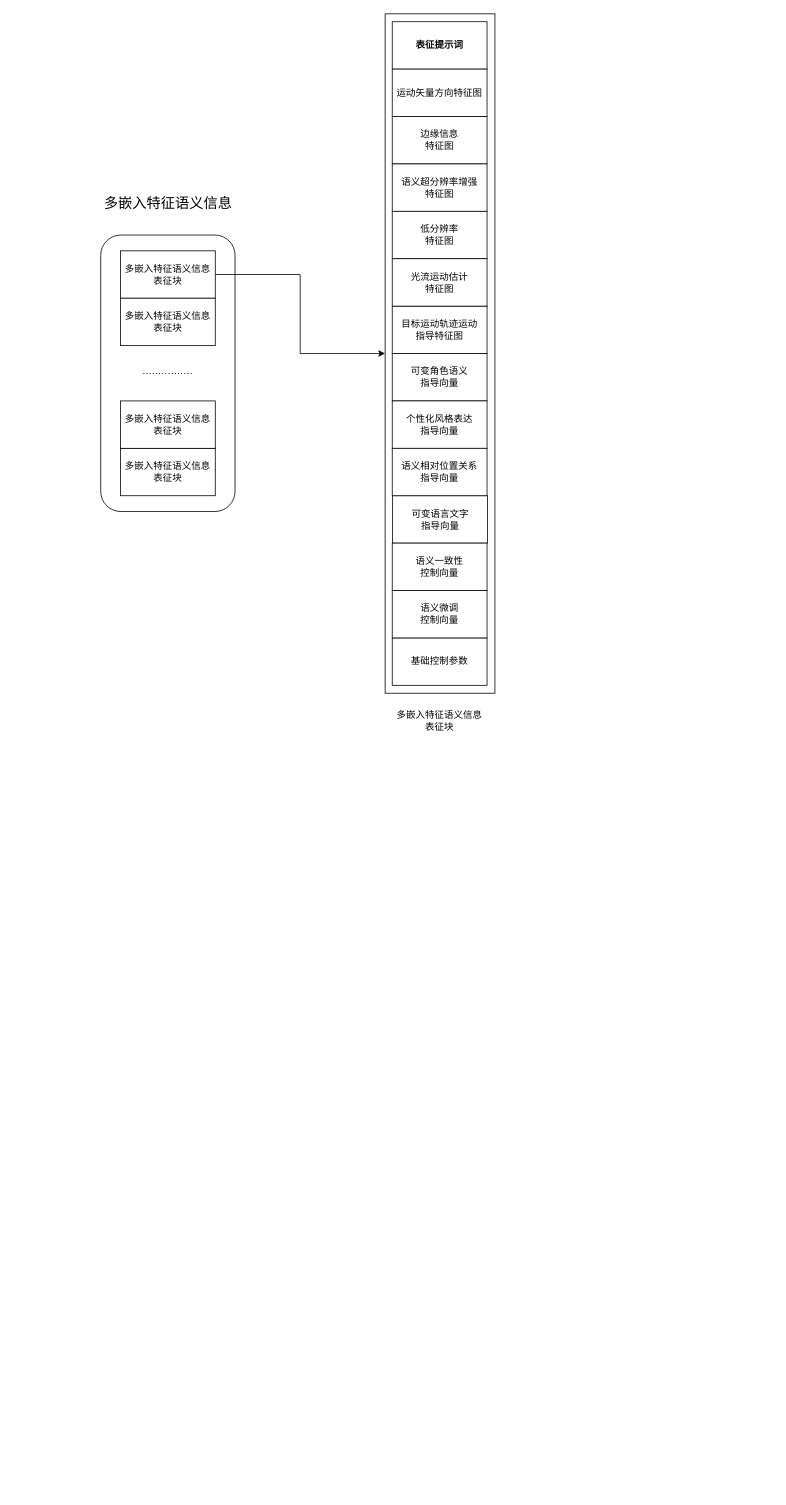
Above: 语义信息编码及码流压缩模块_视频.drawio in hrf666666/FlowCharts (draw.io), before the change. Source tidied: cells renumbered, new cells numbered last; positions are measured from the earlier drawing's top-left corner, leaving out a move shared by most shapes. Both pictures are drawn from the tidied source at 79%, with x=0, y=0 at pixel (92, 13).
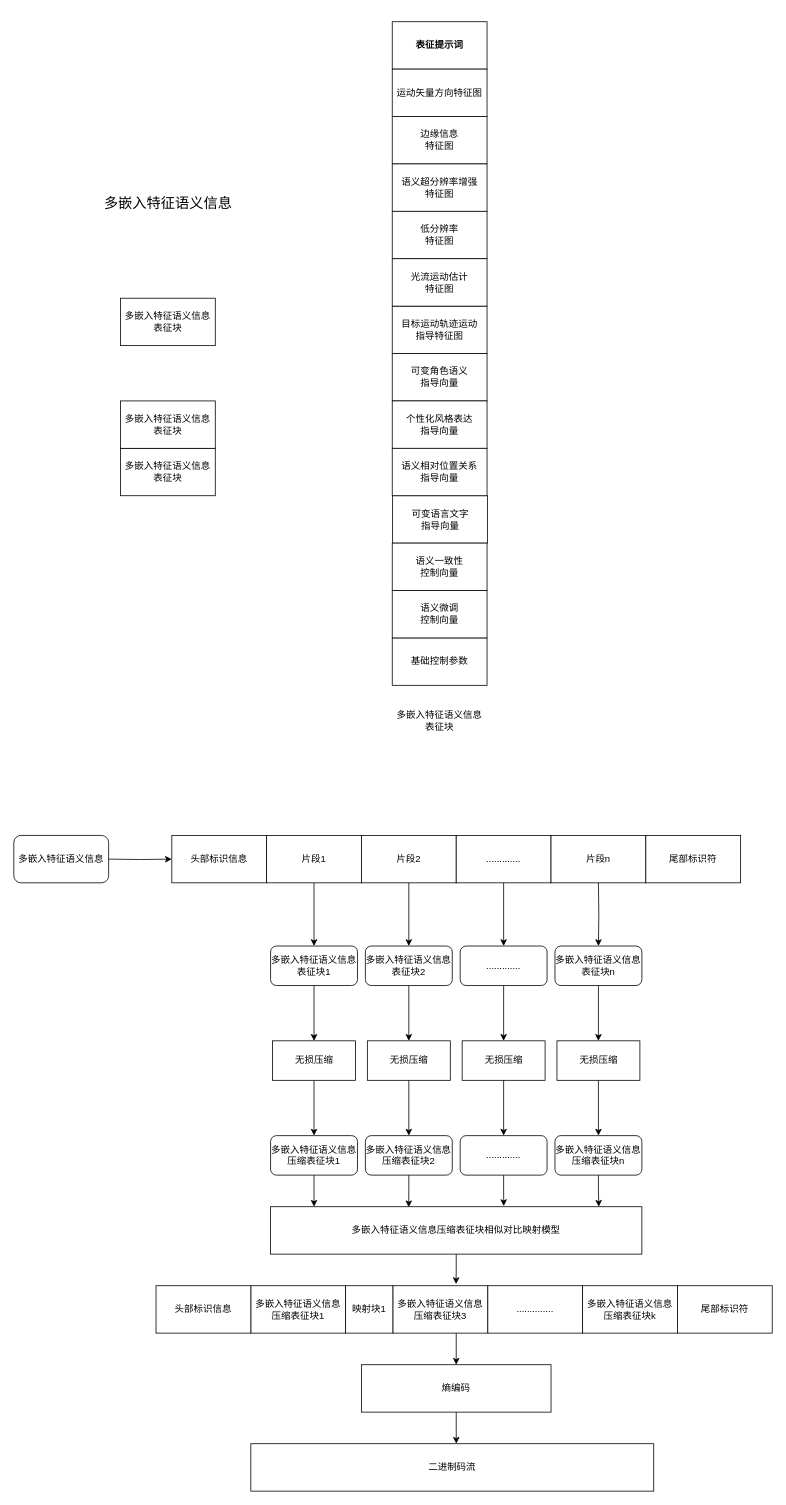
Above is the later version.

Commit message (it also covers changes not shown here):
更新语义信息编码及码流压缩模块_视频.drawio

Change to the diagram source:
```diff
@@
-    <mxCell id="3" value="················" style="rounded=1;whiteSpace=wrap;html=1;" parent="1" vertex="1">
-      <mxGeometry x="10" y="280" width="170" height="350" as="geometry" />
-    </mxCell>
-    <mxCell id="4" style="edgeStyle=orthogonalEdgeStyle;rounded=0;jettySize=auto;html=1;" parent="1" edge="1" source="5" target="9">
-      <mxGeometry relative="1" as="geometry" />
-    </mxCell>
-    <mxCell id="5" value="多嵌入特征语义信息表征块" style="rounded=0;whiteSpace=wrap;html=1;" parent="1" vertex="1">
-      <mxGeometry x="35" y="300" width="120" height="60" as="geometry" />
-    </mxCell>
@@
-    <mxCell id="9" style="rounded=0;whiteSpace=wrap;html=1;" parent="1" vertex="1">
-      <mxGeometry x="370" width="139" height="860" as="geometry" />
-    </mxCell>
@@
+    <mxCell id="25" value="头部标识信息" style="rounded=0;whiteSpace=wrap;html=1;" parent="1" vertex="1">
+      <mxGeometry x="100" y="1040" width="120" height="60" as="geometry" />
+    </mxCell>
+    <mxCell id="26" style="edgeStyle=orthogonalEdgeStyle;rounded=0;jettySize=auto;html=1;entryX=0.5;entryY=0;entryDx=0;entryDy=0;" parent="1" edge="1" source="27" target="31">
+      <mxGeometry relative="1" as="geometry" />
+    </mxCell>
+    <mxCell id="27" value="片段1" style="rounded=0;whiteSpace=wrap;html=1;" parent="1" vertex="1">
+      <mxGeometry x="220" y="1040" width="120" height="60" as="geometry" />
+    </mxCell>
+    <mxCell id="28" value="多嵌入特征语义信息" style="rounded=1;whiteSpace=wrap;html=1;" parent="1" vertex="1">
+      <mxGeometry x="-100" y="1040" width="120" height="60" as="geometry" />
+    </mxCell>
+    <mxCell id="29" style="edgeStyle=orthogonalEdgeStyle;rounded=0;jettySize=auto;html=1;entryX=0;entryY=0.5;entryDx=0;entryDy=0;" parent="1" edge="1" target="25">
+      <mxGeometry relative="1" as="geometry">
+        <mxPoint x="20" y="1070" as="sourcePoint" />
+      </mxGeometry>
+    </mxCell>
+    <mxCell id="30" style="edgeStyle=orthogonalEdgeStyle;rounded=0;jettySize=auto;html=1;entryX=0.5;entryY=0;entryDx=0;entryDy=0;" parent="1" edge="1" source="31" target="44">
+      <mxGeometry relative="1" as="geometry" />
+    </mxCell>
+    <mxCell id="31" value="多嵌入特征语义信息表征块1" style="rounded=1;whiteSpace=wrap;html=1;" parent="1" vertex="1">
+      <mxGeometry x="225" y="1180" width="110" height="50" as="geometry" />
+    </mxCell>
+    <mxCell id="32" style="edgeStyle=orthogonalEdgeStyle;rounded=0;jettySize=auto;html=1;entryX=0.5;entryY=0;entryDx=0;entryDy=0;" parent="1" edge="1" source="33" target="39">
+      <mxGeometry relative="1" as="geometry" />
+    </mxCell>
+    <mxCell id="33" value="片段2" style="rounded=0;whiteSpace=wrap;html=1;" parent="1" vertex="1">
+      <mxGeometry x="340" y="1040" width="120" height="60" as="geometry" />
+    </mxCell>
+    <mxCell id="34" style="edgeStyle=orthogonalEdgeStyle;rounded=0;jettySize=auto;html=1;entryX=0.5;entryY=0;entryDx=0;entryDy=0;" parent="1" edge="1" source="35" target="53">
+      <mxGeometry relative="1" as="geometry" />
+    </mxCell>
+    <mxCell id="35" value="............." style="rounded=0;whiteSpace=wrap;html=1;" parent="1" vertex="1">
+      <mxGeometry x="460" y="1040" width="120" height="60" as="geometry" />
+    </mxCell>
+    <mxCell id="36" value="片段n" style="rounded=0;whiteSpace=wrap;html=1;" parent="1" vertex="1">
+      <mxGeometry x="580" y="1040" width="120" height="60" as="geometry" />
+    </mxCell>
+    <mxCell id="37" value="尾部标识符" style="rounded=0;whiteSpace=wrap;html=1;" parent="1" vertex="1">
+      <mxGeometry x="700" y="1040" width="120" height="60" as="geometry" />
+    </mxCell>
+    <mxCell id="38" style="edgeStyle=orthogonalEdgeStyle;rounded=0;jettySize=auto;html=1;entryX=0.5;entryY=0;entryDx=0;entryDy=0;" parent="1" edge="1" source="39" target="47">
+      <mxGeometry relative="1" as="geometry" />
+    </mxCell>
+    <mxCell id="39" value="多嵌入特征语义信息表征块2" style="rounded=1;whiteSpace=wrap;html=1;" parent="1" vertex="1">
+      <mxGeometry x="345" y="1180" width="110" height="50" as="geometry" />
+    </mxCell>
+    <mxCell id="40" style="edgeStyle=orthogonalEdgeStyle;rounded=0;jettySize=auto;html=1;entryX=0.5;entryY=0;entryDx=0;entryDy=0;" parent="1" edge="1" target="42">
+      <mxGeometry relative="1" as="geometry">
+        <mxPoint x="640" y="1100" as="sourcePoint" />
+      </mxGeometry>
+    </mxCell>
+    <mxCell id="41" style="edgeStyle=orthogonalEdgeStyle;rounded=0;jettySize=auto;html=1;entryX=0.5;entryY=0;entryDx=0;entryDy=0;" parent="1" edge="1" source="42" target="50">
+      <mxGeometry relative="1" as="geometry" />
+    </mxCell>
+    <mxCell id="42" value="多嵌入特征语义信息表征块n" style="rounded=1;whiteSpace=wrap;html=1;" parent="1" vertex="1">
+      <mxGeometry x="585" y="1180" width="110" height="50" as="geometry" />
+    </mxCell>
+    <mxCell id="43" style="edgeStyle=orthogonalEdgeStyle;rounded=0;jettySize=auto;html=1;entryX=0.5;entryY=0;entryDx=0;entryDy=0;" parent="1" edge="1" source="44" target="45">
+      <mxGeometry relative="1" as="geometry" />
+    </mxCell>
+    <mxCell id="44" value="无损压缩" style="rounded=0;whiteSpace=wrap;html=1;" parent="1" vertex="1">
+      <mxGeometry x="227.5" y="1300" width="105" height="50" as="geometry" />
+    </mxCell>
+    <mxCell id="45" value="多嵌入特征语义信息压缩表征块1" style="rounded=1;whiteSpace=wrap;html=1;" parent="1" vertex="1">
+      <mxGeometry x="225" y="1420" width="110" height="50" as="geometry" />
+    </mxCell>
+    <mxCell id="46" style="edgeStyle=orthogonalEdgeStyle;rounded=0;jettySize=auto;html=1;entryX=0.5;entryY=0;entryDx=0;entryDy=0;" parent="1" edge="1" source="47" target="48">
+      <mxGeometry relative="1" as="geometry" />
+    </mxCell>
+    <mxCell id="47" value="无损压缩" style="rounded=0;whiteSpace=wrap;html=1;" parent="1" vertex="1">
+      <mxGeometry x="347.5" y="1300" width="105" height="50" as="geometry" />
+    </mxCell>
+    <mxCell id="48" value="多嵌入特征语义信息压缩表征块2" style="rounded=1;whiteSpace=wrap;html=1;" parent="1" vertex="1">
+      <mxGeometry x="345" y="1420" width="110" height="50" as="geometry" />
+    </mxCell>
+    <mxCell id="49" style="edgeStyle=orthogonalEdgeStyle;rounded=0;jettySize=auto;html=1;entryX=0.5;entryY=0;entryDx=0;entryDy=0;" parent="1" edge="1" source="50" target="51">
+      <mxGeometry relative="1" as="geometry" />
+    </mxCell>
+    <mxCell id="50" value="无损压缩" style="rounded=0;whiteSpace=wrap;html=1;" parent="1" vertex="1">
+      <mxGeometry x="587.5" y="1300" width="105" height="50" as="geometry" />
+    </mxCell>
+    <mxCell id="51" value="多嵌入特征语义信息压缩表征块n" style="rounded=1;whiteSpace=wrap;html=1;" parent="1" vertex="1">
+      <mxGeometry x="585" y="1420" width="110" height="50" as="geometry" />
+    </mxCell>
+    <mxCell id="52" style="edgeStyle=orthogonalEdgeStyle;rounded=0;jettySize=auto;html=1;" parent="1" edge="1" source="53" target="55">
+      <mxGeometry relative="1" as="geometry" />
+    </mxCell>
+    <mxCell id="53" value="............." style="rounded=1;whiteSpace=wrap;html=1;" parent="1" vertex="1">
+      <mxGeometry x="465" y="1180" width="110" height="50" as="geometry" />
+    </mxCell>
+    <mxCell id="54" style="edgeStyle=orthogonalEdgeStyle;rounded=0;jettySize=auto;html=1;entryX=0.5;entryY=0;entryDx=0;entryDy=0;" parent="1" edge="1" source="55" target="56">
+      <mxGeometry relative="1" as="geometry" />
+    </mxCell>
+    <mxCell id="55" value="无损压缩" style="rounded=0;whiteSpace=wrap;html=1;" parent="1" vertex="1">
+      <mxGeometry x="467.5" y="1300" width="105" height="50" as="geometry" />
+    </mxCell>
+    <mxCell id="56" value="............." style="rounded=1;whiteSpace=wrap;html=1;" parent="1" vertex="1">
+      <mxGeometry x="465" y="1420" width="110" height="50" as="geometry" />
+    </mxCell>
+    <mxCell id="57" value="多嵌入特征语义信息压缩表征块相似对比映射模型" style="rounded=0;whiteSpace=wrap;html=1;" parent="1" vertex="1">
+      <mxGeometry x="225" y="1510" width="470" height="60" as="geometry" />
+    </mxCell>
+    <mxCell id="58" style="edgeStyle=orthogonalEdgeStyle;rounded=0;jettySize=auto;html=1;entryX=0.117;entryY=0;entryDx=0;entryDy=0;entryPerimeter=0;" parent="1" edge="1" source="45" target="57">
+      <mxGeometry relative="1" as="geometry" />
+    </mxCell>
+    <mxCell id="59" style="edgeStyle=orthogonalEdgeStyle;rounded=0;jettySize=auto;html=1;entryX=0.372;entryY=0.011;entryDx=0;entryDy=0;entryPerimeter=0;" parent="1" edge="1" source="48" target="57">
+      <mxGeometry relative="1" as="geometry" />
+    </mxCell>
+    <mxCell id="60" style="edgeStyle=orthogonalEdgeStyle;rounded=0;jettySize=auto;html=1;entryX=0.628;entryY=-0.014;entryDx=0;entryDy=0;entryPerimeter=0;" parent="1" edge="1" source="56" target="57">
+      <mxGeometry relative="1" as="geometry" />
+    </mxCell>
+    <mxCell id="61" style="edgeStyle=orthogonalEdgeStyle;rounded=0;jettySize=auto;html=1;entryX=0.884;entryY=0;entryDx=0;entryDy=0;entryPerimeter=0;" parent="1" edge="1" source="51" target="57">
+      <mxGeometry relative="1" as="geometry" />
+    </mxCell>
+    <mxCell id="62" value="多嵌入特征语义信息压缩表征块1" style="rounded=0;whiteSpace=wrap;html=1;" parent="1" vertex="1">
+      <mxGeometry x="200" y="1610" width="120" height="60" as="geometry" />
+    </mxCell>
+    <mxCell id="63" value="映射块1" style="rounded=0;whiteSpace=wrap;html=1;" parent="1" vertex="1">
+      <mxGeometry x="320" y="1610" width="60" height="60" as="geometry" />
+    </mxCell>
+    <mxCell id="64" style="edgeStyle=orthogonalEdgeStyle;rounded=0;jettySize=auto;html=1;entryX=0.5;entryY=0;entryDx=0;entryDy=0;" parent="1" edge="1" source="65" target="71">
+      <mxGeometry relative="1" as="geometry">
+        <Array as="points">
+          <mxPoint x="460" y="1680" />
+          <mxPoint x="460" y="1680" />
+        </Array>
+      </mxGeometry>
+    </mxCell>
+    <mxCell id="65" value="多嵌入特征语义信息压缩表征块3" style="rounded=0;whiteSpace=wrap;html=1;" parent="1" vertex="1">
+      <mxGeometry x="380" y="1610" width="120" height="60" as="geometry" />
+    </mxCell>
+    <mxCell id="66" value=".............." style="rounded=0;whiteSpace=wrap;html=1;" parent="1" vertex="1">
+      <mxGeometry x="500" y="1610" width="120" height="60" as="geometry" />
+    </mxCell>
+    <mxCell id="67" value="多嵌入特征语义信息压缩表征块k" style="rounded=0;whiteSpace=wrap;html=1;" parent="1" vertex="1">
+      <mxGeometry x="620" y="1610" width="120" height="60" as="geometry" />
+    </mxCell>
+    <mxCell id="68" value="头部标识信息" style="rounded=0;whiteSpace=wrap;html=1;" parent="1" vertex="1">
+      <mxGeometry x="80" y="1610" width="120" height="60" as="geometry" />
+    </mxCell>
+    <mxCell id="69" value="尾部标识符" style="rounded=0;whiteSpace=wrap;html=1;" parent="1" vertex="1">
+      <mxGeometry x="740" y="1610" width="120" height="60" as="geometry" />
+    </mxCell>
+    <mxCell id="70" style="edgeStyle=orthogonalEdgeStyle;rounded=0;jettySize=auto;html=1;entryX=0.665;entryY=-0.035;entryDx=0;entryDy=0;entryPerimeter=0;" parent="1" edge="1" source="57" target="65">
+      <mxGeometry relative="1" as="geometry" />
+    </mxCell>
+    <mxCell id="71" value="熵编码" style="rounded=0;whiteSpace=wrap;html=1;" parent="1" vertex="1">
+      <mxGeometry x="340" y="1710" width="240" height="60" as="geometry" />
+    </mxCell>
+    <mxCell id="72" value="二进制码流" style="rounded=0;whiteSpace=wrap;html=1;" parent="1" vertex="1">
+      <mxGeometry x="200" y="1810" width="510" height="60" as="geometry" />
+    </mxCell>
+    <mxCell id="73" style="edgeStyle=orthogonalEdgeStyle;rounded=0;jettySize=auto;html=1;entryX=0.51;entryY=0;entryDx=0;entryDy=0;entryPerimeter=0;" parent="1" edge="1" source="71" target="72">
+      <mxGeometry relative="1" as="geometry" />
+    </mxCell>
```
